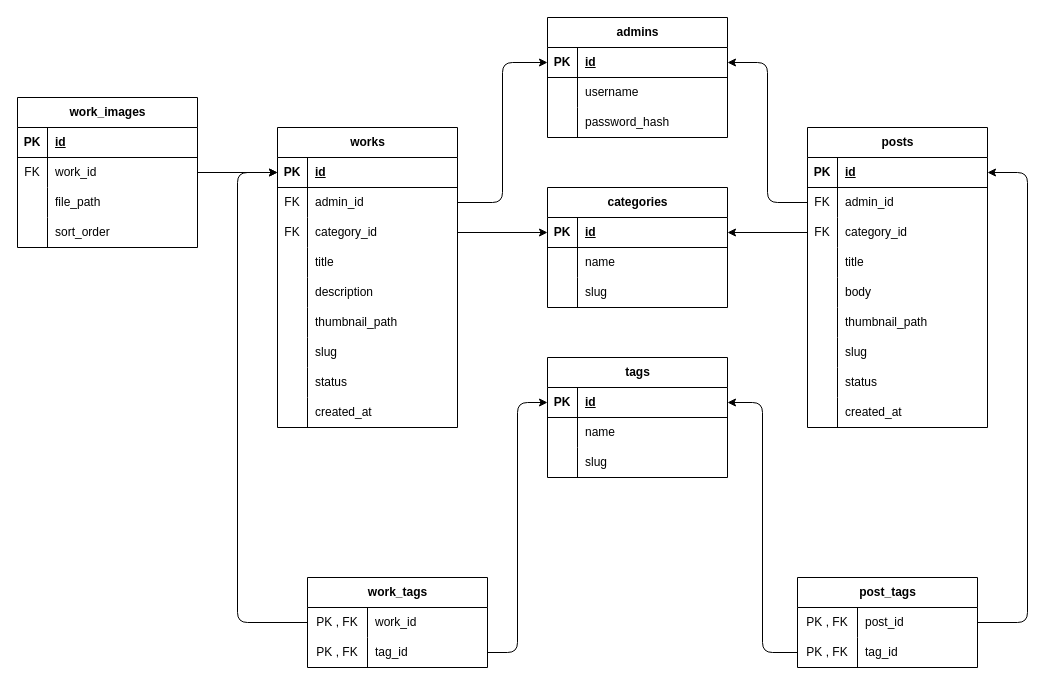
Before: db.drawio in Wild-River/kadai09_auth, a draw.io diagram. Source tidied: cells renumbered, new cells numbered last; positions are measured from the earlier drawing's top-left corner, leaving out a move shared by most shapes. Both pictures are drawn from the tidied source at 100%, with x=0, y=0 at pixel (17, 17).
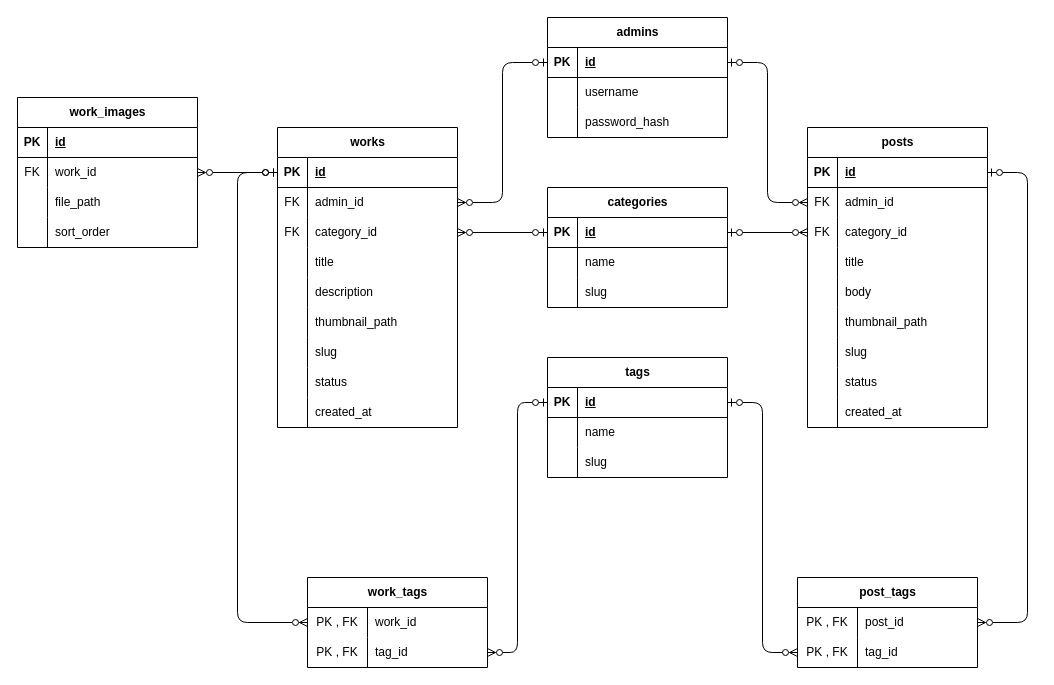
After the change.

Unchanged cells that the change refers to:
```xml
<mxCell id="3" style="shape=tableRow;horizontal=0;startSize=0;swimlaneHead=0;swimlaneBody=0;fillColor=none;points=[[0,0.5],[1,0.5]];portConstraint=eastwest;top=0;left=0;right=0;bottom=1;" parent="2" vertex="1">
  <mxGeometry y="30" width="180" height="30" as="geometry" />
</mxCell>
<mxCell id="6" style="shape=tableRow;horizontal=0;startSize=0;swimlaneHead=0;swimlaneBody=0;fillColor=none;points=[[0,0.5],[1,0.5]];portConstraint=eastwest;top=0;left=0;right=0;bottom=0;" parent="2" vertex="1">
  <mxGeometry y="60" width="180" height="30" as="geometry" />
</mxCell>
<mxCell id="9" style="shape=tableRow;horizontal=0;startSize=0;swimlaneHead=0;swimlaneBody=0;fillColor=none;points=[[0,0.5],[1,0.5]];portConstraint=eastwest;top=0;left=0;right=0;bottom=0;" parent="2" vertex="1">
  <mxGeometry y="90" width="180" height="30" as="geometry" />
</mxCell>
<mxCell id="31" style="shape=tableRow;horizontal=0;startSize=0;swimlaneHead=0;swimlaneBody=0;fillColor=none;points=[[0,0.5],[1,0.5]];portConstraint=eastwest;top=0;left=0;right=0;bottom=1;" parent="30" vertex="1">
  <mxGeometry y="30" width="180" height="30" as="geometry" />
</mxCell>
<mxCell id="34" style="shape=tableRow;horizontal=0;startSize=0;swimlaneHead=0;swimlaneBody=0;fillColor=none;points=[[0,0.5],[1,0.5]];portConstraint=eastwest;top=0;left=0;right=0;bottom=0;" parent="30" vertex="1">
  <mxGeometry y="60" width="180" height="30" as="geometry" />
</mxCell>
<mxCell id="37" style="shape=tableRow;horizontal=0;startSize=0;swimlaneHead=0;swimlaneBody=0;fillColor=none;points=[[0,0.5],[1,0.5]];portConstraint=eastwest;top=0;left=0;right=0;bottom=0;" parent="30" vertex="1">
  <mxGeometry y="90" width="180" height="30" as="geometry" />
</mxCell>
<mxCell id="59" style="shape=tableRow;horizontal=0;startSize=0;swimlaneHead=0;swimlaneBody=0;fillColor=none;points=[[0,0.5],[1,0.5]];portConstraint=eastwest;top=0;left=0;right=0;bottom=0;" parent="58" vertex="1">
  <mxGeometry y="30" width="180" height="30" as="geometry" />
</mxCell>
<mxCell id="62" style="shape=tableRow;horizontal=0;startSize=0;swimlaneHead=0;swimlaneBody=0;fillColor=none;points=[[0,0.5],[1,0.5]];portConstraint=eastwest;top=0;left=0;right=0;bottom=0;" parent="58" vertex="1">
  <mxGeometry y="60" width="180" height="30" as="geometry" />
</mxCell>
<mxCell id="66" style="shape=tableRow;horizontal=0;startSize=0;swimlaneHead=0;swimlaneBody=0;fillColor=none;points=[[0,0.5],[1,0.5]];portConstraint=eastwest;top=0;left=0;right=0;bottom=0;" parent="65" vertex="1">
  <mxGeometry y="30" width="180" height="30" as="geometry" />
</mxCell>
<mxCell id="69" style="shape=tableRow;horizontal=0;startSize=0;swimlaneHead=0;swimlaneBody=0;fillColor=none;points=[[0,0.5],[1,0.5]];portConstraint=eastwest;top=0;left=0;right=0;bottom=0;" parent="65" vertex="1">
  <mxGeometry y="60" width="180" height="30" as="geometry" />
</mxCell>
<mxCell id="73" style="shape=tableRow;horizontal=0;startSize=0;swimlaneHead=0;swimlaneBody=0;fillColor=none;points=[[0,0.5],[1,0.5]];portConstraint=eastwest;top=0;left=0;right=0;bottom=1;" parent="72" vertex="1">
  <mxGeometry y="30" width="180" height="30" as="geometry" />
</mxCell>
<mxCell id="86" style="shape=tableRow;horizontal=0;startSize=0;swimlaneHead=0;swimlaneBody=0;fillColor=none;points=[[0,0.5],[1,0.5]];portConstraint=eastwest;top=0;left=0;right=0;bottom=0;" parent="82" vertex="1">
  <mxGeometry y="60" width="180" height="30" as="geometry" />
</mxCell>
<mxCell id="96" style="shape=tableRow;horizontal=0;startSize=0;swimlaneHead=0;swimlaneBody=0;fillColor=none;points=[[0,0.5],[1,0.5]];portConstraint=eastwest;top=0;left=0;right=0;bottom=1;" parent="95" vertex="1">
  <mxGeometry y="30" width="180" height="30" as="geometry" />
</mxCell>
<mxCell id="106" style="shape=tableRow;horizontal=0;startSize=0;swimlaneHead=0;swimlaneBody=0;fillColor=none;points=[[0,0.5],[1,0.5]];portConstraint=eastwest;top=0;left=0;right=0;bottom=1;" parent="105" vertex="1">
  <mxGeometry y="30" width="180" height="30" as="geometry" />
</mxCell>
```

What changed in the source:
```diff
@@
-    <mxCell id="115" style="edgeStyle=orthogonalEdgeStyle;html=1;exitX=0;exitY=0.5;exitDx=0;exitDy=0;entryX=1;entryY=0.5;entryDx=0;entryDy=0;" parent="1" edge="1" source="34" target="96">
+    <mxCell id="115" style="edgeStyle=orthogonalEdgeStyle;html=1;exitX=0;exitY=0.5;exitDx=0;exitDy=0;entryX=1;entryY=0.5;entryDx=0;entryDy=0;endArrow=ERzeroToOne;endFill=0;startArrow=ERzeroToMany;startFill=0;" parent="1" edge="1" source="34" target="96">
       <mxGeometry relative="1" as="geometry" />
     </mxCell>
-    <mxCell id="116" style="edgeStyle=orthogonalEdgeStyle;html=1;exitX=1;exitY=0.5;exitDx=0;exitDy=0;entryX=0;entryY=0.5;entryDx=0;entryDy=0;" parent="1" edge="1" source="6" target="96">
+    <mxCell id="116" style="edgeStyle=orthogonalEdgeStyle;html=1;exitX=1;exitY=0.5;exitDx=0;exitDy=0;entryX=0;entryY=0.5;entryDx=0;entryDy=0;startArrow=ERzeroToMany;startFill=0;endArrow=ERzeroToOne;endFill=0;" parent="1" edge="1" source="6" target="96">
       <mxGeometry relative="1" as="geometry" />
     </mxCell>
-    <mxCell id="117" style="edgeStyle=orthogonalEdgeStyle;html=1;exitX=0;exitY=0.5;exitDx=0;exitDy=0;entryX=1;entryY=0.5;entryDx=0;entryDy=0;" parent="1" edge="1" source="37" target="106">
+    <mxCell id="117" style="edgeStyle=orthogonalEdgeStyle;html=1;exitX=0;exitY=0.5;exitDx=0;exitDy=0;entryX=1;entryY=0.5;entryDx=0;entryDy=0;endArrow=ERzeroToOne;endFill=0;startArrow=ERzeroToMany;startFill=0;" parent="1" edge="1" source="37" target="106">
       <mxGeometry relative="1" as="geometry" />
     </mxCell>
-    <mxCell id="118" style="edgeStyle=orthogonalEdgeStyle;html=1;exitX=1;exitY=0.5;exitDx=0;exitDy=0;entryX=0;entryY=0.5;entryDx=0;entryDy=0;" parent="1" edge="1" source="9" target="106">
+    <mxCell id="118" style="edgeStyle=orthogonalEdgeStyle;html=1;exitX=1;exitY=0.5;exitDx=0;exitDy=0;entryX=0;entryY=0.5;entryDx=0;entryDy=0;startArrow=ERzeroToMany;startFill=0;endArrow=ERzeroToOne;endFill=0;" parent="1" edge="1" source="9" target="106">
       <mxGeometry relative="1" as="geometry" />
     </mxCell>
-    <mxCell id="119" style="edgeStyle=orthogonalEdgeStyle;html=1;exitX=1;exitY=0.5;exitDx=0;exitDy=0;entryX=0;entryY=0.5;entryDx=0;entryDy=0;" parent="1" edge="1" source="86" target="3">
+    <mxCell id="119" style="edgeStyle=orthogonalEdgeStyle;html=1;exitX=1;exitY=0.5;exitDx=0;exitDy=0;entryX=0;entryY=0.5;entryDx=0;entryDy=0;startArrow=ERzeroToMany;startFill=0;endArrow=ERzeroToOne;endFill=0;" parent="1" edge="1" source="86" target="3">
       <mxGeometry relative="1" as="geometry" />
     </mxCell>
-    <mxCell id="120" style="edgeStyle=orthogonalEdgeStyle;html=1;exitX=0;exitY=0.5;exitDx=0;exitDy=0;entryX=0;entryY=0.5;entryDx=0;entryDy=0;" parent="1" edge="1" source="66" target="3">
+    <mxCell id="120" style="edgeStyle=orthogonalEdgeStyle;html=1;exitX=0;exitY=0.5;exitDx=0;exitDy=0;entryX=0;entryY=0.5;entryDx=0;entryDy=0;endArrow=ERzeroToOne;endFill=0;startArrow=ERzeroToMany;startFill=0;" parent="1" edge="1" source="66" target="3">
       <mxGeometry relative="1" as="geometry">
         <Array as="points">
           <mxPoint x="220" y="605" />
           <mxPoint x="220" y="155" />
         </Array>
       </mxGeometry>
     </mxCell>
-    <mxCell id="121" style="edgeStyle=orthogonalEdgeStyle;html=1;exitX=1;exitY=0.5;exitDx=0;exitDy=0;entryX=0;entryY=0.5;entryDx=0;entryDy=0;" parent="1" edge="1" source="69" target="73">
+    <mxCell id="121" style="edgeStyle=orthogonalEdgeStyle;html=1;exitX=1;exitY=0.5;exitDx=0;exitDy=0;entryX=0;entryY=0.5;entryDx=0;entryDy=0;startArrow=ERzeroToMany;startFill=0;endArrow=ERzeroToOne;endFill=0;" parent="1" edge="1" source="69" target="73">
       <mxGeometry relative="1" as="geometry" />
     </mxCell>
-    <mxCell id="122" style="edgeStyle=orthogonalEdgeStyle;html=1;exitX=1;exitY=0.5;exitDx=0;exitDy=0;entryX=1;entryY=0.5;entryDx=0;entryDy=0;" parent="1" edge="1" source="59" target="31">
+    <mxCell id="122" style="edgeStyle=orthogonalEdgeStyle;html=1;exitX=1;exitY=0.5;exitDx=0;exitDy=0;entryX=1;entryY=0.5;entryDx=0;entryDy=0;startArrow=ERzeroToMany;startFill=0;endArrow=ERzeroToOne;endFill=0;" parent="1" edge="1" source="59" target="31">
       <mxGeometry relative="1" as="geometry">
         <Array as="points">
           <mxPoint x="1010" y="605" />
           <mxPoint x="1010" y="155" />
         </Array>
       </mxGeometry>
     </mxCell>
-    <mxCell id="123" style="edgeStyle=orthogonalEdgeStyle;html=1;exitX=0;exitY=0.5;exitDx=0;exitDy=0;entryX=1;entryY=0.5;entryDx=0;entryDy=0;" parent="1" edge="1" source="62" target="73">
+    <mxCell id="123" style="edgeStyle=orthogonalEdgeStyle;html=1;exitX=0;exitY=0.5;exitDx=0;exitDy=0;entryX=1;entryY=0.5;entryDx=0;entryDy=0;startArrow=ERzeroToMany;startFill=0;endArrow=ERzeroToOne;endFill=0;" parent="1" edge="1" source="62" target="73">
       <mxGeometry relative="1" as="geometry" />
     </mxCell>
```
